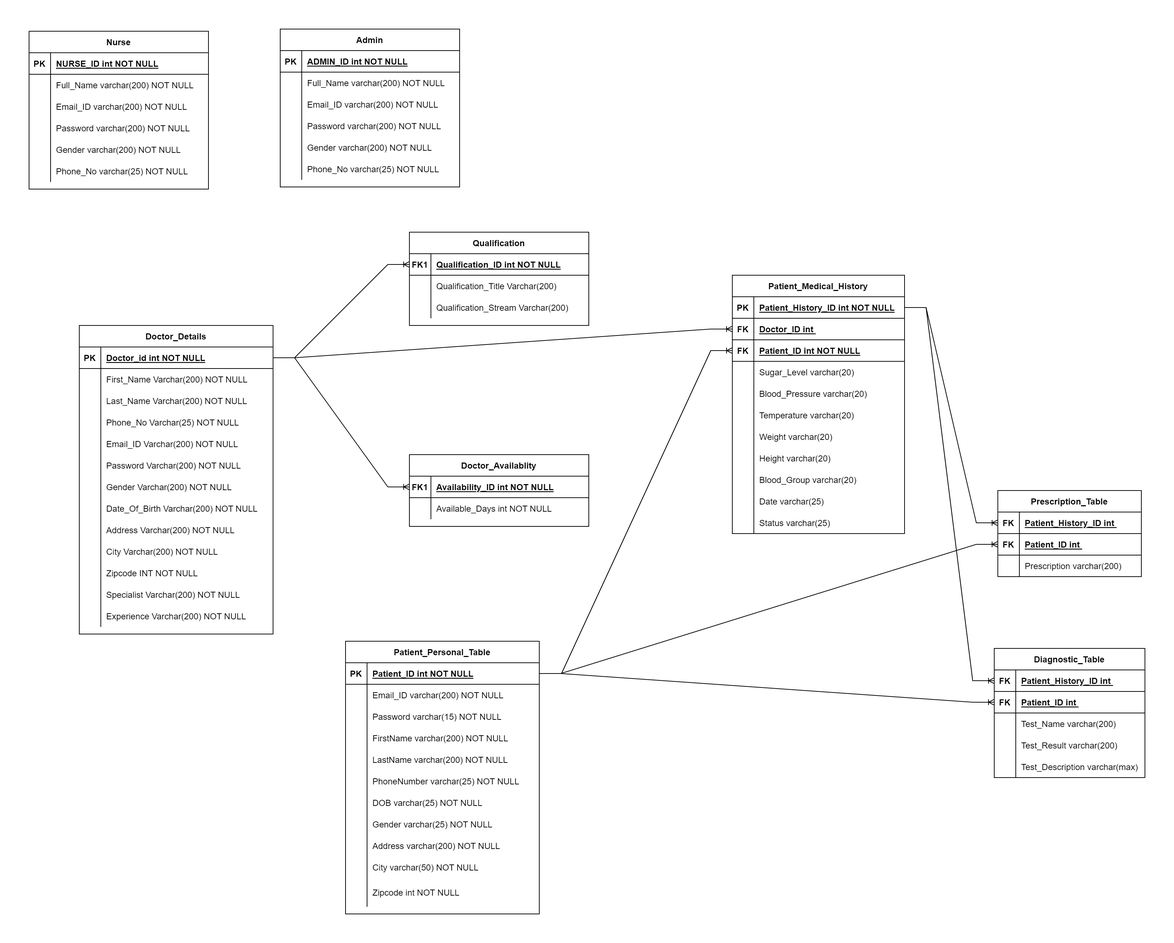
221219-dotnet-fs-chennai/poseidon-programs keeps this draw.io diagram as ER_Diagram/ER_Diagram_Hospital_Management.png. Above is the earlier version. Source tidied: cells renumbered, new cells last; positions are measured from the earlier drawing's top-left corner, leaving out a move shared by most shapes.
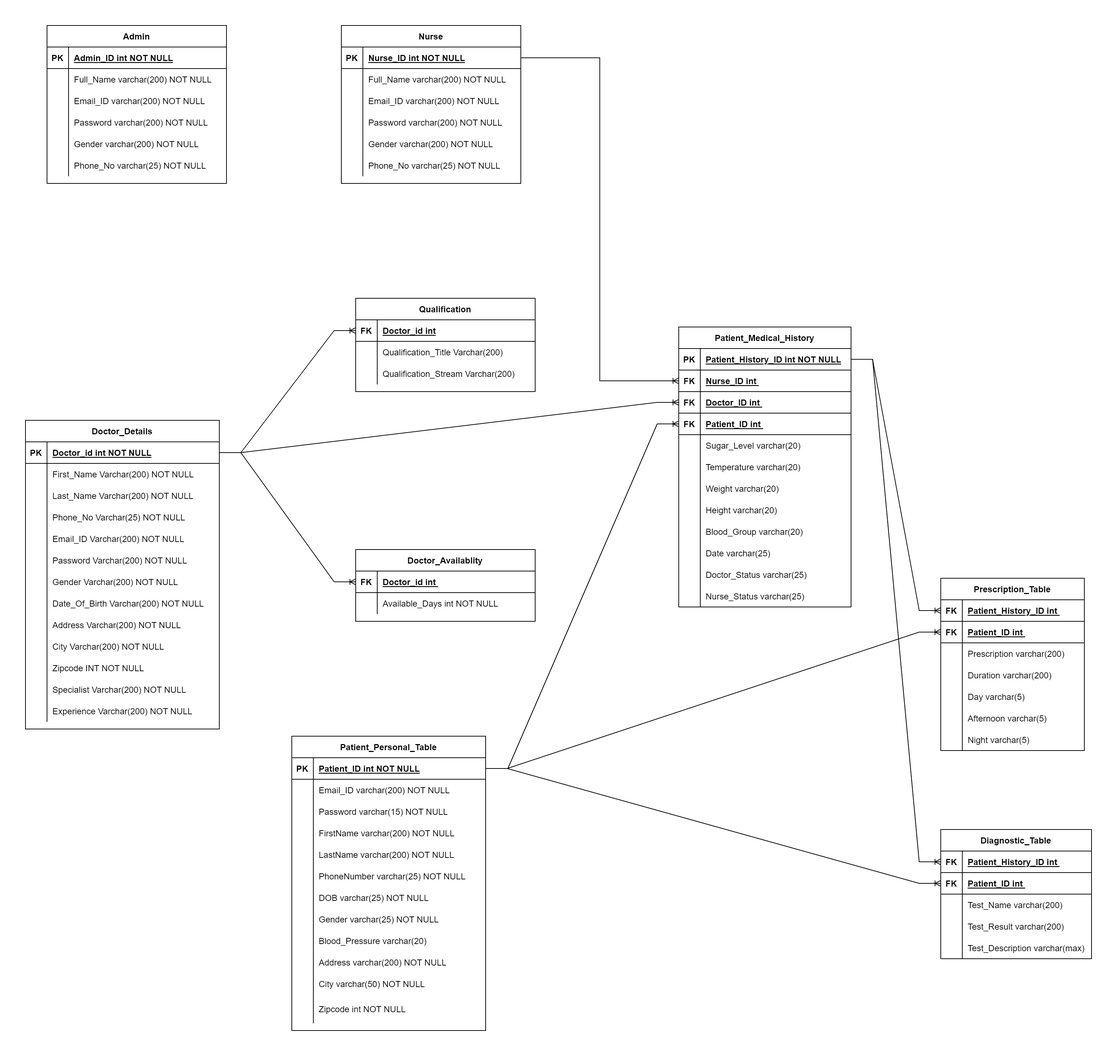
After the commit.

The edit, as a diff of the source:
```diff
@@ -5,3 +5,3 @@
     <mxCell id="2" value="Qualification" style="shape=table;startSize=30;rowLines=0;fontStyle=1;align=center;" parent="1" vertex="1">
-      <mxGeometry x="530" y="283" width="250" height="130" as="geometry" />
+      <mxGeometry x="530" y="243" width="250" height="130" as="geometry" />
     </mxCell>
@@ -10,6 +10,6 @@
     </mxCell>
-    <mxCell id="4" value="FK1" style="shape=partialRectangle;overflow=hidden;fillColor=none;top=0;left=0;bottom=0;right=0;fontStyle=1;" parent="3" vertex="1">
+    <mxCell id="4" value="FK" style="shape=partialRectangle;overflow=hidden;fillColor=none;top=0;left=0;bottom=0;right=0;fontStyle=1;" parent="3" vertex="1">
       <mxGeometry width="30" height="30" as="geometry" />
     </mxCell>
-    <mxCell id="5" value="Qualification_ID int NOT NULL" style="shape=partialRectangle;overflow=hidden;fillColor=none;top=0;left=0;bottom=0;right=0;align=left;spacingLeft=6;fontStyle=5;" parent="3" vertex="1">
+    <mxCell id="5" value="Doctor_id int" style="shape=partialRectangle;overflow=hidden;fillColor=none;top=0;left=0;bottom=0;right=0;align=left;spacingLeft=6;fontStyle=5;" parent="3" vertex="1">
       <mxGeometry x="30" width="220" height="30" as="geometry" />
@@ -40,6 +40,6 @@
     </mxCell>
-    <mxCell id="14" value="FK1" style="shape=partialRectangle;overflow=hidden;fillColor=none;top=0;left=0;bottom=0;right=0;fontStyle=1;" parent="13" vertex="1">
+    <mxCell id="14" value="FK" style="shape=partialRectangle;overflow=hidden;fillColor=none;top=0;left=0;bottom=0;right=0;fontStyle=1;" parent="13" vertex="1">
       <mxGeometry width="30" height="30" as="geometry" />
     </mxCell>
-    <mxCell id="15" value="Availability_ID int NOT NULL" style="shape=partialRectangle;overflow=hidden;fillColor=none;top=0;left=0;bottom=0;right=0;align=left;spacingLeft=6;fontStyle=5;" parent="13" vertex="1">
+    <mxCell id="15" value="Doctor_id int " style="shape=partialRectangle;overflow=hidden;fillColor=none;top=0;left=0;bottom=0;right=0;align=left;spacingLeft=6;fontStyle=5;" parent="13" vertex="1">
       <mxGeometry x="30" width="220" height="30" as="geometry" />
@@ -176,3 +176,3 @@
     <mxCell id="59" value="Patient_Personal_Table" style="shape=table;startSize=30;rowLines=0;fontStyle=1;align=center;" parent="1" vertex="1">
-      <mxGeometry x="441" y="853" width="270" height="380" as="geometry" />
+      <mxGeometry x="441" y="853" width="270" height="410" as="geometry" />
     </mxCell>
@@ -250,4 +250,13 @@
     </mxCell>
+    <mxCell id="199" style="shape=partialRectangle;fillColor=none;top=0;left=0;right=0;bottom=0;" parent="59" vertex="1">
+      <mxGeometry y="270" width="270" height="30" as="geometry" />
+    </mxCell>
+    <mxCell id="200" style="shape=partialRectangle;overflow=hidden;fillColor=none;top=0;left=0;bottom=0;right=0;" parent="199" vertex="1">
+      <mxGeometry width="30" height="30" as="geometry" />
+    </mxCell>
+    <mxCell id="108" value="Blood_Pressure varchar(20)" style="shape=partialRectangle;overflow=hidden;fillColor=none;top=0;left=0;bottom=0;right=0;align=left;spacingLeft=6;" parent="199" vertex="1">
+      <mxGeometry x="30" width="240" height="30" as="geometry" />
+    </mxCell>
     <mxCell id="84" style="shape=partialRectangle;fillColor=none;top=0;left=0;right=0;bottom=0;" parent="59" vertex="1">
-      <mxGeometry y="270" width="270" height="30" as="geometry" />
+      <mxGeometry y="300" width="270" height="30" as="geometry" />
     </mxCell>
@@ -260,3 +269,3 @@
     <mxCell id="87" style="shape=partialRectangle;fillColor=none;top=0;left=0;right=0;bottom=0;" parent="59" vertex="1">
-      <mxGeometry y="300" width="270" height="30" as="geometry" />
+      <mxGeometry y="330" width="270" height="30" as="geometry" />
     </mxCell>
@@ -269,3 +278,3 @@
     <mxCell id="90" style="shape=partialRectangle;fillColor=none;top=0;left=0;right=0;bottom=0;" parent="59" vertex="1">
-      <mxGeometry y="330" width="270" height="40" as="geometry" />
+      <mxGeometry y="360" width="270" height="40" as="geometry" />
     </mxCell>
@@ -278,3 +287,3 @@
     <mxCell id="93" value="Patient_Medical_History" style="shape=table;startSize=30;rowLines=0;fontStyle=1;align=center;" parent="1" vertex="1">
-      <mxGeometry x="980" y="343" width="240" height="360" as="geometry" />
+      <mxGeometry x="980" y="283" width="240" height="390" as="geometry" />
     </mxCell>
@@ -295,7 +304,16 @@
     </mxCell>
-    <mxCell id="99" value="Doctor_ID int " style="shape=partialRectangle;fillColor=none;top=0;left=0;bottom=0;right=0;align=left;spacingLeft=6;fontStyle=5;overflow=hidden;" parent="97" vertex="1">
+    <mxCell id="99" value="Nurse_ID int " style="shape=partialRectangle;fillColor=none;top=0;left=0;bottom=0;right=0;align=left;spacingLeft=6;fontStyle=5;overflow=hidden;" parent="97" vertex="1">
       <mxGeometry x="30" width="210" height="30" as="geometry" />
     </mxCell>
+    <mxCell id="201" style="shape=tableRow;horizontal=0;startSize=0;swimlaneHead=0;swimlaneBody=0;fillColor=none;points=[[0,0.5],[1,0.5]];portConstraint=eastwest;top=0;left=0;right=0;bottom=1;" parent="93" vertex="1">
+      <mxGeometry y="90" width="240" height="30" as="geometry" />
+    </mxCell>
+    <mxCell id="202" value="FK" style="shape=partialRectangle;fillColor=none;top=0;left=0;bottom=0;right=0;fontStyle=1;overflow=hidden;" parent="201" vertex="1">
+      <mxGeometry width="30" height="30" as="geometry" />
+    </mxCell>
+    <mxCell id="203" value="Doctor_ID int " style="shape=partialRectangle;fillColor=none;top=0;left=0;bottom=0;right=0;align=left;spacingLeft=6;fontStyle=5;overflow=hidden;" parent="201" vertex="1">
+      <mxGeometry x="30" width="210" height="30" as="geometry" />
+    </mxCell>
     <mxCell id="100" style="shape=tableRow;horizontal=0;startSize=0;swimlaneHead=0;swimlaneBody=0;fillColor=none;points=[[0,0.5],[1,0.5]];portConstraint=eastwest;top=0;left=0;right=0;bottom=1;" parent="93" vertex="1">
-      <mxGeometry y="90" width="240" height="30" as="geometry" />
+      <mxGeometry y="120" width="240" height="30" as="geometry" />
     </mxCell>
@@ -304,3 +322,3 @@
     </mxCell>
-    <mxCell id="102" value="Patient_ID int NOT NULL" style="shape=partialRectangle;fillColor=none;top=0;left=0;bottom=0;right=0;align=left;spacingLeft=6;fontStyle=5;overflow=hidden;" parent="100" vertex="1">
+    <mxCell id="102" value="Patient_ID int " style="shape=partialRectangle;fillColor=none;top=0;left=0;bottom=0;right=0;align=left;spacingLeft=6;fontStyle=5;overflow=hidden;" parent="100" vertex="1">
       <mxGeometry x="30" width="210" height="30" as="geometry" />
@@ -308,3 +326,3 @@
     <mxCell id="103" style="shape=tableRow;horizontal=0;startSize=0;swimlaneHead=0;swimlaneBody=0;fillColor=none;top=0;left=0;right=0;bottom=0;" parent="93" vertex="1">
-      <mxGeometry y="120" width="240" height="30" as="geometry" />
+      <mxGeometry y="150" width="240" height="30" as="geometry" />
     </mxCell>
@@ -316,11 +334,2 @@
     </mxCell>
-    <mxCell id="106" style="shape=tableRow;horizontal=0;startSize=0;swimlaneHead=0;swimlaneBody=0;fillColor=none;top=0;left=0;right=0;bottom=0;" parent="93" vertex="1">
-      <mxGeometry y="150" width="240" height="30" as="geometry" />
-    </mxCell>
-    <mxCell id="107" style="shape=partialRectangle;fillColor=none;top=0;left=0;bottom=0;right=0;overflow=hidden;" parent="106" vertex="1">
-      <mxGeometry width="30" height="30" as="geometry" />
-    </mxCell>
-    <mxCell id="108" value="Blood_Pressure varchar(20)" style="shape=partialRectangle;fillColor=none;top=0;left=0;bottom=0;right=0;align=left;spacingLeft=6;overflow=hidden;" parent="106" vertex="1">
-      <mxGeometry x="30" width="210" height="30" as="geometry" />
-    </mxCell>
     <mxCell id="109" style="shape=tableRow;horizontal=0;startSize=0;swimlaneHead=0;swimlaneBody=0;fillColor=none;top=0;left=0;right=0;bottom=0;" parent="93" vertex="1">
@@ -376,7 +385,16 @@
     </mxCell>
-    <mxCell id="126" value="Status varchar(25)" style="shape=partialRectangle;fillColor=none;top=0;left=0;bottom=0;right=0;align=left;spacingLeft=6;overflow=hidden;" parent="124" vertex="1">
+    <mxCell id="126" value="Doctor_Status varchar(25)" style="shape=partialRectangle;fillColor=none;top=0;left=0;bottom=0;right=0;align=left;spacingLeft=6;overflow=hidden;" parent="124" vertex="1">
       <mxGeometry x="30" width="210" height="30" as="geometry" />
     </mxCell>
+    <mxCell id="204" style="shape=tableRow;horizontal=0;startSize=0;swimlaneHead=0;swimlaneBody=0;fillColor=none;top=0;left=0;right=0;bottom=0;" parent="93" vertex="1">
+      <mxGeometry y="360" width="240" height="30" as="geometry" />
+    </mxCell>
+    <mxCell id="205" style="shape=partialRectangle;fillColor=none;top=0;left=0;bottom=0;right=0;overflow=hidden;" parent="204" vertex="1">
+      <mxGeometry width="30" height="30" as="geometry" />
+    </mxCell>
+    <mxCell id="206" value="Nurse_Status varchar(25)" style="shape=partialRectangle;fillColor=none;top=0;left=0;bottom=0;right=0;align=left;spacingLeft=6;overflow=hidden;" parent="204" vertex="1">
+      <mxGeometry x="30" width="210" height="30" as="geometry" />
+    </mxCell>
     <mxCell id="127" value="Prescription_Table" style="shape=table;startSize=30;rowLines=0;fontStyle=1;align=center;" parent="1" vertex="1">
-      <mxGeometry x="1350" y="643" width="200" height="120" as="geometry" />
+      <mxGeometry x="1345" y="633" width="200" height="240" as="geometry" />
     </mxCell>
@@ -409,4 +427,40 @@
     </mxCell>
+    <mxCell id="207" style="shape=tableRow;horizontal=0;startSize=0;swimlaneHead=0;swimlaneBody=0;fillColor=none;top=0;left=0;right=0;bottom=0;" parent="127" vertex="1">
+      <mxGeometry y="120" width="200" height="30" as="geometry" />
+    </mxCell>
+    <mxCell id="208" style="shape=partialRectangle;fillColor=none;top=0;left=0;bottom=0;right=0;overflow=hidden;" parent="207" vertex="1">
+      <mxGeometry width="30" height="30" as="geometry" />
+    </mxCell>
+    <mxCell id="209" value="Duration varchar(200)" style="shape=partialRectangle;fillColor=none;top=0;left=0;bottom=0;right=0;align=left;spacingLeft=6;overflow=hidden;" parent="207" vertex="1">
+      <mxGeometry x="30" width="170" height="30" as="geometry" />
+    </mxCell>
+    <mxCell id="210" style="shape=tableRow;horizontal=0;startSize=0;swimlaneHead=0;swimlaneBody=0;fillColor=none;top=0;left=0;right=0;bottom=0;" parent="127" vertex="1">
+      <mxGeometry y="150" width="200" height="30" as="geometry" />
+    </mxCell>
+    <mxCell id="211" style="shape=partialRectangle;fillColor=none;top=0;left=0;bottom=0;right=0;overflow=hidden;" parent="210" vertex="1">
+      <mxGeometry width="30" height="30" as="geometry" />
+    </mxCell>
+    <mxCell id="212" value="Day varchar(5)" style="shape=partialRectangle;fillColor=none;top=0;left=0;bottom=0;right=0;align=left;spacingLeft=6;overflow=hidden;" parent="210" vertex="1">
+      <mxGeometry x="30" width="170" height="30" as="geometry" />
+    </mxCell>
+    <mxCell id="213" style="shape=tableRow;horizontal=0;startSize=0;swimlaneHead=0;swimlaneBody=0;fillColor=none;top=0;left=0;right=0;bottom=0;" parent="127" vertex="1">
+      <mxGeometry y="180" width="200" height="30" as="geometry" />
+    </mxCell>
+    <mxCell id="214" style="shape=partialRectangle;fillColor=none;top=0;left=0;bottom=0;right=0;overflow=hidden;" parent="213" vertex="1">
+      <mxGeometry width="30" height="30" as="geometry" />
+    </mxCell>
+    <mxCell id="215" value="Afternoon varchar(5)" style="shape=partialRectangle;fillColor=none;top=0;left=0;bottom=0;right=0;align=left;spacingLeft=6;overflow=hidden;" parent="213" vertex="1">
+      <mxGeometry x="30" width="170" height="30" as="geometry" />
+    </mxCell>
+    <mxCell id="216" style="shape=tableRow;horizontal=0;startSize=0;swimlaneHead=0;swimlaneBody=0;fillColor=none;top=0;left=0;right=0;bottom=0;" parent="127" vertex="1">
+      <mxGeometry y="210" width="200" height="30" as="geometry" />
+    </mxCell>
+    <mxCell id="217" style="shape=partialRectangle;fillColor=none;top=0;left=0;bottom=0;right=0;overflow=hidden;" parent="216" vertex="1">
+      <mxGeometry width="30" height="30" as="geometry" />
+    </mxCell>
+    <mxCell id="218" value="Night varchar(5)" style="shape=partialRectangle;fillColor=none;top=0;left=0;bottom=0;right=0;align=left;spacingLeft=6;overflow=hidden;" parent="216" vertex="1">
+      <mxGeometry x="30" width="170" height="30" as="geometry" />
+    </mxCell>
     <mxCell id="137" value="Diagnostic_Table" style="shape=table;startSize=30;rowLines=0;fontStyle=1;align=center;" parent="1" vertex="1">
-      <mxGeometry x="1345" y="863" width="210" height="180" as="geometry" />
+      <mxGeometry x="1345" y="983" width="210" height="180" as="geometry" />
     </mxCell>
@@ -482,3 +536,3 @@
     </mxCell>
-    <mxCell id="160" style="edgeStyle=entityRelationEdgeStyle;fontSize=12;html=1;endArrow=ERoneToMany;rounded=0;jumpStyle=none;entryX=0;entryY=0.5;entryDx=0;entryDy=0;exitX=1;exitY=0.5;exitDx=0;exitDy=0;" parent="1" edge="1" source="20" target="97">
+    <mxCell id="160" style="edgeStyle=entityRelationEdgeStyle;fontSize=12;html=1;endArrow=ERoneToMany;rounded=0;jumpStyle=none;entryX=0;entryY=0.5;entryDx=0;entryDy=0;exitX=1;exitY=0.5;exitDx=0;exitDy=0;" parent="1" edge="1" source="20" target="201">
       <mxGeometry relative="1" as="geometry" />
@@ -486,3 +540,3 @@
     <mxCell id="161" value="Nurse" style="shape=table;startSize=30;rowLines=0;fontStyle=1;align=center;" parent="1" vertex="1">
-      <mxGeometry y="3" width="250" height="220" as="geometry" />
+      <mxGeometry x="510" y="-137" width="250" height="220" as="geometry" />
     </mxCell>
@@ -494,3 +548,3 @@
     </mxCell>
-    <mxCell id="164" value="NURSE_ID int NOT NULL " style="shape=partialRectangle;overflow=hidden;fillColor=none;top=0;left=0;bottom=0;right=0;align=left;spacingLeft=6;fontStyle=5;" parent="162" vertex="1">
+    <mxCell id="164" value="Nurse_ID int NOT NULL " style="shape=partialRectangle;overflow=hidden;fillColor=none;top=0;left=0;bottom=0;right=0;align=left;spacingLeft=6;fontStyle=5;" parent="162" vertex="1">
       <mxGeometry x="30" width="220" height="30" as="geometry" />
@@ -543,3 +597,3 @@
     <mxCell id="180" value="Admin" style="shape=table;startSize=30;rowLines=0;fontStyle=1;align=center;" parent="1" vertex="1">
-      <mxGeometry x="350" width="250" height="220" as="geometry" />
+      <mxGeometry x="100" y="-137" width="250" height="220" as="geometry" />
     </mxCell>
@@ -551,3 +605,3 @@
     </mxCell>
-    <mxCell id="183" value="ADMIN_ID int NOT NULL " style="shape=partialRectangle;overflow=hidden;fillColor=none;top=0;left=0;bottom=0;right=0;align=left;spacingLeft=6;fontStyle=5;" parent="181" vertex="1">
+    <mxCell id="183" value="Admin_ID int NOT NULL " style="shape=partialRectangle;overflow=hidden;fillColor=none;top=0;left=0;bottom=0;right=0;align=left;spacingLeft=6;fontStyle=5;" parent="181" vertex="1">
       <mxGeometry x="30" width="220" height="30" as="geometry" />
@@ -599,2 +653,5 @@
     </mxCell>
+    <mxCell id="219" style="edgeStyle=orthogonalEdgeStyle;rounded=0;jettySize=auto;html=1;exitX=1;exitY=0.5;exitDx=0;exitDy=0;entryX=0;entryY=0.5;entryDx=0;entryDy=0;endArrow=ERoneToMany;endFill=0;" parent="1" edge="1" source="162" target="97">
+      <mxGeometry relative="1" as="geometry" />
+    </mxCell>
   </root>
```
